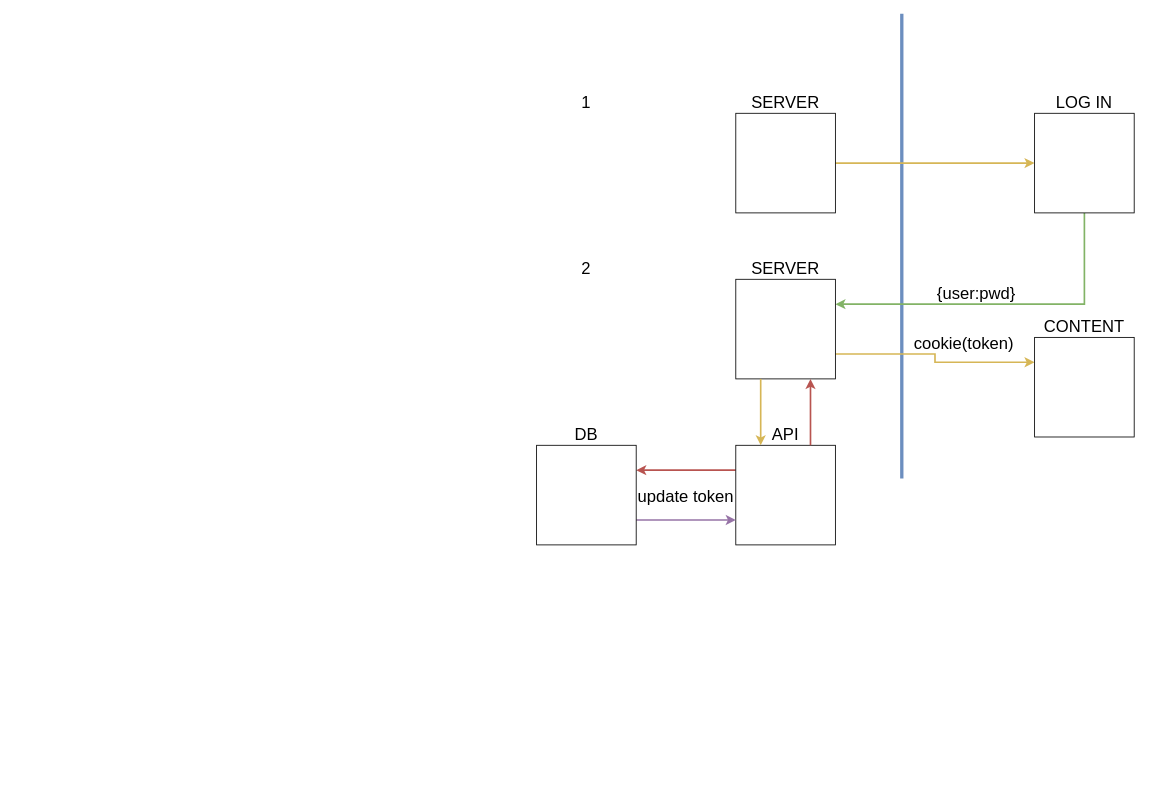
Before: dea/Untitled Diagram.drawio in vgenov-py/t603, a draw.io diagram. Source tidied: cells renumbered, new cells numbered last; positions are measured from the earlier drawing's top-left corner, leaving out a move shared by most shapes. Both pictures are drawn from the tidied source at 83%, with x=0, y=0 at pixel (511, 13).
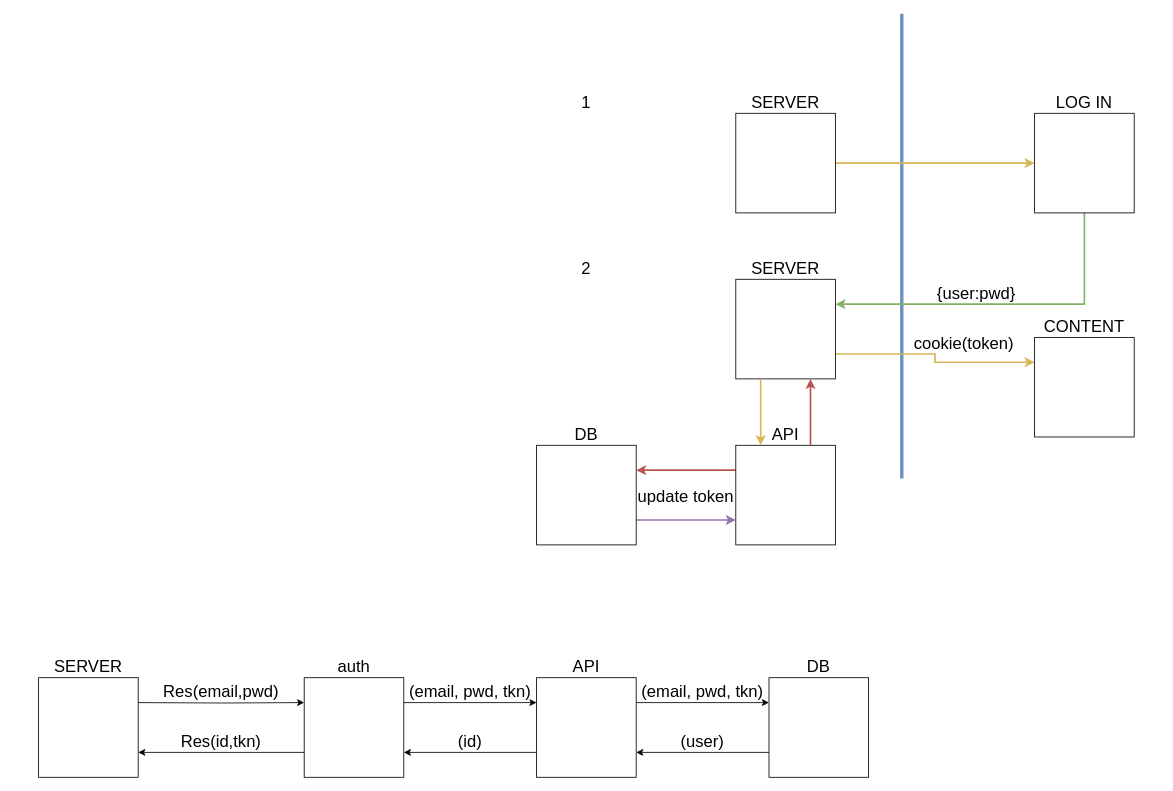
The same diagram, later.

What changed in the source:
```diff
@@
+    <mxCell id="27" style="edgeStyle=orthogonalEdgeStyle;rounded=0;jettySize=auto;html=1;exitX=1;exitY=0.25;exitDx=0;exitDy=0;entryX=0;entryY=0.25;entryDx=0;entryDy=0;" parent="1" edge="1" target="32">
+      <mxGeometry relative="1" as="geometry">
+        <mxPoint x="-450" y="830" as="sourcePoint" />
+      </mxGeometry>
+    </mxCell>
+    <mxCell id="28" style="whiteSpace=wrap;html=1;" parent="1" vertex="1">
+      <mxGeometry x="-570" y="800" width="120" height="120" as="geometry" />
+    </mxCell>
+    <mxCell id="29" value="SERVER" style="text;strokeColor=none;fillColor=none;align=center;verticalAlign=middle;spacingLeft=4;spacingRight=4;overflow=hidden;fontSize=20;" parent="1" vertex="1">
+      <mxGeometry x="-600" y="770" width="180" height="30" as="geometry" />
+    </mxCell>
+    <mxCell id="30" style="edgeStyle=orthogonalEdgeStyle;rounded=0;jettySize=auto;html=1;exitX=1;exitY=0.25;exitDx=0;exitDy=0;entryX=0;entryY=0.25;entryDx=0;entryDy=0;" parent="1" edge="1" source="32" target="36">
+      <mxGeometry relative="1" as="geometry" />
+    </mxCell>
+    <mxCell id="31" style="edgeStyle=orthogonalEdgeStyle;rounded=0;jettySize=auto;html=1;exitX=0;exitY=0.75;exitDx=0;exitDy=0;entryX=1;entryY=0.75;entryDx=0;entryDy=0;" parent="1" edge="1" source="32" target="28">
+      <mxGeometry relative="1" as="geometry" />
+    </mxCell>
+    <mxCell id="32" style="whiteSpace=wrap;html=1;" parent="1" vertex="1">
+      <mxGeometry x="-250" y="800" width="120" height="120" as="geometry" />
+    </mxCell>
+    <mxCell id="33" value="auth" style="text;strokeColor=none;fillColor=none;align=center;verticalAlign=middle;spacingLeft=4;spacingRight=4;overflow=hidden;fontSize=20;" parent="1" vertex="1">
+      <mxGeometry x="-280" y="770" width="180" height="30" as="geometry" />
+    </mxCell>
+    <mxCell id="34" style="edgeStyle=orthogonalEdgeStyle;rounded=0;jettySize=auto;html=1;exitX=1;exitY=0.25;exitDx=0;exitDy=0;entryX=0;entryY=0.25;entryDx=0;entryDy=0;" parent="1" edge="1" source="36" target="41">
+      <mxGeometry relative="1" as="geometry" />
+    </mxCell>
+    <mxCell id="35" style="edgeStyle=orthogonalEdgeStyle;rounded=0;jettySize=auto;html=1;exitX=0;exitY=0.75;exitDx=0;exitDy=0;entryX=1;entryY=0.75;entryDx=0;entryDy=0;" parent="1" edge="1" source="36" target="32">
+      <mxGeometry relative="1" as="geometry" />
+    </mxCell>
+    <mxCell id="36" style="whiteSpace=wrap;html=1;" parent="1" vertex="1">
+      <mxGeometry x="30" y="800" width="120" height="120" as="geometry" />
+    </mxCell>
+    <mxCell id="37" value="API" style="text;strokeColor=none;fillColor=none;align=center;verticalAlign=middle;spacingLeft=4;spacingRight=4;overflow=hidden;fontSize=20;" parent="1" vertex="1">
+      <mxGeometry y="770" width="180" height="30" as="geometry" />
+    </mxCell>
+    <mxCell id="38" value="Res(email,pwd)" style="text;strokeColor=none;fillColor=none;align=center;verticalAlign=middle;spacingLeft=4;spacingRight=4;overflow=hidden;fontSize=20;" parent="1" vertex="1">
+      <mxGeometry x="-440" y="800" width="180" height="30" as="geometry" />
+    </mxCell>
+    <mxCell id="39" value="(email, pwd, tkn)" style="text;strokeColor=none;fillColor=none;align=center;verticalAlign=middle;spacingLeft=4;spacingRight=4;overflow=hidden;fontSize=20;" parent="1" vertex="1">
+      <mxGeometry x="-140" y="800" width="180" height="30" as="geometry" />
+    </mxCell>
+    <mxCell id="40" style="edgeStyle=orthogonalEdgeStyle;rounded=0;jettySize=auto;html=1;exitX=0;exitY=0.75;exitDx=0;exitDy=0;entryX=1;entryY=0.75;entryDx=0;entryDy=0;" parent="1" edge="1" source="41" target="36">
+      <mxGeometry relative="1" as="geometry" />
+    </mxCell>
+    <mxCell id="41" style="whiteSpace=wrap;html=1;" parent="1" vertex="1">
+      <mxGeometry x="310" y="800" width="120" height="120" as="geometry" />
+    </mxCell>
+    <mxCell id="42" value="DB" style="text;strokeColor=none;fillColor=none;align=center;verticalAlign=middle;spacingLeft=4;spacingRight=4;overflow=hidden;fontSize=20;" parent="1" vertex="1">
+      <mxGeometry x="280" y="770" width="180" height="30" as="geometry" />
+    </mxCell>
+    <mxCell id="43" value="(email, pwd, tkn)" style="text;strokeColor=none;fillColor=none;align=center;verticalAlign=middle;spacingLeft=4;spacingRight=4;overflow=hidden;fontSize=20;" parent="1" vertex="1">
+      <mxGeometry x="140" y="800" width="180" height="30" as="geometry" />
+    </mxCell>
+    <mxCell id="44" value="(user)" style="text;strokeColor=none;fillColor=none;align=center;verticalAlign=middle;spacingLeft=4;spacingRight=4;overflow=hidden;fontSize=20;" parent="1" vertex="1">
+      <mxGeometry x="140" y="860" width="180" height="30" as="geometry" />
+    </mxCell>
+    <mxCell id="45" value="(id)" style="text;strokeColor=none;fillColor=none;align=center;verticalAlign=middle;spacingLeft=4;spacingRight=4;overflow=hidden;fontSize=20;" parent="1" vertex="1">
+      <mxGeometry x="-140" y="860" width="180" height="30" as="geometry" />
+    </mxCell>
+    <mxCell id="46" value="Res(id,tkn)" style="text;strokeColor=none;fillColor=none;align=center;verticalAlign=middle;spacingLeft=4;spacingRight=4;overflow=hidden;fontSize=20;" parent="1" vertex="1">
+      <mxGeometry x="-440" y="860" width="180" height="30" as="geometry" />
+    </mxCell>
```
